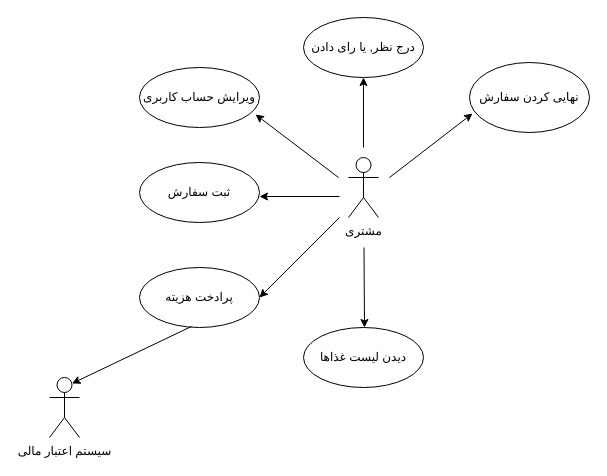
Saeed-hajizade/Software-Engineering-Project keeps this draw.io diagram as use-case-diagram-client.drawio. Above is the earlier version. Source tidied: cells renumbered, new cells numbered last; positions are measured from the earlier drawing's top-left corner, leaving out a move shared by most shapes. Both pictures are drawn from the tidied source at 100%, with x=0, y=0 at pixel (49, 17).
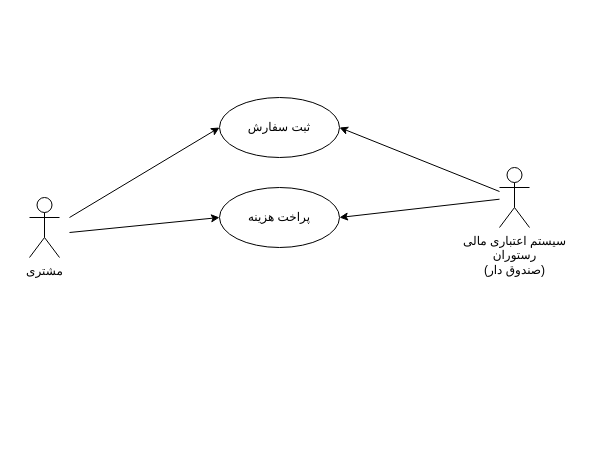
After the change.

The edit, as a diff of the source:
```diff
@@
     <mxCell id="2" value="مشتری" style="shape=umlActor;verticalLabelPosition=bottom;verticalAlign=top;html=1;" parent="1" vertex="1">
-      <mxGeometry x="299" y="140" width="30" height="60" as="geometry" />
+      <mxGeometry x="-20" y="180" width="30" height="60" as="geometry" />
     </mxCell>
-    <mxCell id="3" style="endArrow=classic;html=1;" parent="1" edge="1">
-      <mxGeometry relative="1" as="geometry">
-        <mxPoint x="290" y="179" as="sourcePoint" />
-        <mxPoint x="210" y="179" as="targetPoint" />
-      </mxGeometry>
-    </mxCell>
+    <mxCell id="17" style="endArrow=classic;html=1;entryX=0;entryY=0.5;entryDx=0;entryDy=0;" parent="1" edge="1" target="4">
+      <mxGeometry relative="1" as="geometry">
+        <mxPoint x="20" y="200" as="sourcePoint" />
+      </mxGeometry>
+    </mxCell>
     <mxCell id="4" value="ثبت سفارش" style="ellipse;whiteSpace=wrap;html=1;" parent="1" vertex="1">
-      <mxGeometry x="90" y="145" width="120" height="60" as="geometry" />
+      <mxGeometry x="170" y="80" width="120" height="60" as="geometry" />
     </mxCell>
-    <mxCell id="5" value="ویرایش حساب کاربری" style="ellipse;whiteSpace=wrap;html=1;" parent="1" vertex="1">
-      <mxGeometry x="90" y="50" width="120" height="60" as="geometry" />
-    </mxCell>
-    <mxCell id="6" style="endArrow=classic;html=1;entryX=0.967;entryY=0.783;entryDx=0;entryDy=0;entryPerimeter=0;" parent="1" edge="1" target="5">
-      <mxGeometry relative="1" as="geometry">
-        <mxPoint x="289" y="160" as="sourcePoint" />
-      </mxGeometry>
-    </mxCell>
-    <mxCell id="7" value="پرادخت هزیته" style="ellipse;whiteSpace=wrap;html=1;" parent="1" vertex="1">
-      <mxGeometry x="90" y="250" width="120" height="60" as="geometry" />
-    </mxCell>
-    <mxCell id="8" style="endArrow=classic;html=1;entryX=1;entryY=0.5;entryDx=0;entryDy=0;" parent="1" edge="1" target="7">
-      <mxGeometry relative="1" as="geometry">
-        <mxPoint x="290" y="200" as="sourcePoint" />
-      </mxGeometry>
-    </mxCell>
-    <mxCell id="9" style="endArrow=classic;html=1;" parent="1" edge="1" target="10">
-      <mxGeometry relative="1" as="geometry">
-        <mxPoint x="314" y="130" as="sourcePoint" />
-      </mxGeometry>
-    </mxCell>
-    <mxCell id="10" value="درج نظر, یا رای دادن" style="ellipse;whiteSpace=wrap;html=1;" parent="1" vertex="1">
-      <mxGeometry x="254" width="120" height="60" as="geometry" />
-    </mxCell>
-    <mxCell id="11" style="endArrow=classic;html=1;" parent="1" edge="1">
-      <mxGeometry relative="1" as="geometry">
-        <mxPoint x="314.5" y="230" as="sourcePoint" />
-        <mxPoint x="315" y="310" as="targetPoint" />
-      </mxGeometry>
-    </mxCell>
-    <mxCell id="12" value="دیدن لیست غذاها" style="ellipse;whiteSpace=wrap;html=1;" parent="1" vertex="1">
-      <mxGeometry x="254" y="310" width="120" height="60" as="geometry" />
-    </mxCell>
-    <mxCell id="13" style="endArrow=classic;html=1;entryX=0.025;entryY=0.729;entryDx=0;entryDy=0;entryPerimeter=0;" parent="1" edge="1" target="14">
-      <mxGeometry relative="1" as="geometry">
-        <mxPoint x="340" y="160" as="sourcePoint" />
-      </mxGeometry>
-    </mxCell>
-    <mxCell id="14" value="نهایی کردن سفارش" style="ellipse;whiteSpace=wrap;html=1;" parent="1" vertex="1">
-      <mxGeometry x="420" y="45" width="120" height="70" as="geometry" />
-    </mxCell>
-    <mxCell id="15" value="سیستم اعتبار مالی" style="shape=umlActor;verticalLabelPosition=bottom;verticalAlign=top;html=1;outlineConnect=0;" parent="1" vertex="1">
-      <mxGeometry y="360" width="30" height="60" as="geometry" />
-    </mxCell>
-    <mxCell id="16" style="endArrow=classic;html=1;exitX=0.433;exitY=0.983;exitDx=0;exitDy=0;exitPerimeter=0;entryX=0.75;entryY=0.1;entryDx=0;entryDy=0;entryPerimeter=0;" parent="1" edge="1" source="7" target="15">
-      <mxGeometry relative="1" as="geometry" />
-    </mxCell>
+    <mxCell id="18" style="endArrow=classic;html=1;entryX=0;entryY=0.5;entryDx=0;entryDy=0;" parent="1" edge="1" target="19">
+      <mxGeometry relative="1" as="geometry">
+        <mxPoint x="20" y="215" as="sourcePoint" />
+      </mxGeometry>
+    </mxCell>
+    <mxCell id="19" value="پراخت هزینه" style="ellipse;whiteSpace=wrap;html=1;" parent="1" vertex="1">
+      <mxGeometry x="170" y="170" width="120" height="60" as="geometry" />
+    </mxCell>
+    <mxCell id="20" value="سیستم اعتباری مالی&lt;br&gt;رستوران&lt;br&gt;(صندوق دار)" style="shape=umlActor;verticalLabelPosition=bottom;verticalAlign=top;html=1;outlineConnect=0;" parent="1" vertex="1">
+      <mxGeometry x="450" y="150" width="30" height="60" as="geometry" />
+    </mxCell>
+    <mxCell id="21" style="endArrow=classic;html=1;entryX=1;entryY=0.5;entryDx=0;entryDy=0;" parent="1" edge="1" source="20" target="19">
+      <mxGeometry relative="1" as="geometry" />
+    </mxCell>
+    <mxCell id="22" style="endArrow=classic;html=1;entryX=1;entryY=0.5;entryDx=0;entryDy=0;" parent="1" edge="1" source="20" target="4">
+      <mxGeometry relative="1" as="geometry" />
+    </mxCell>
```
